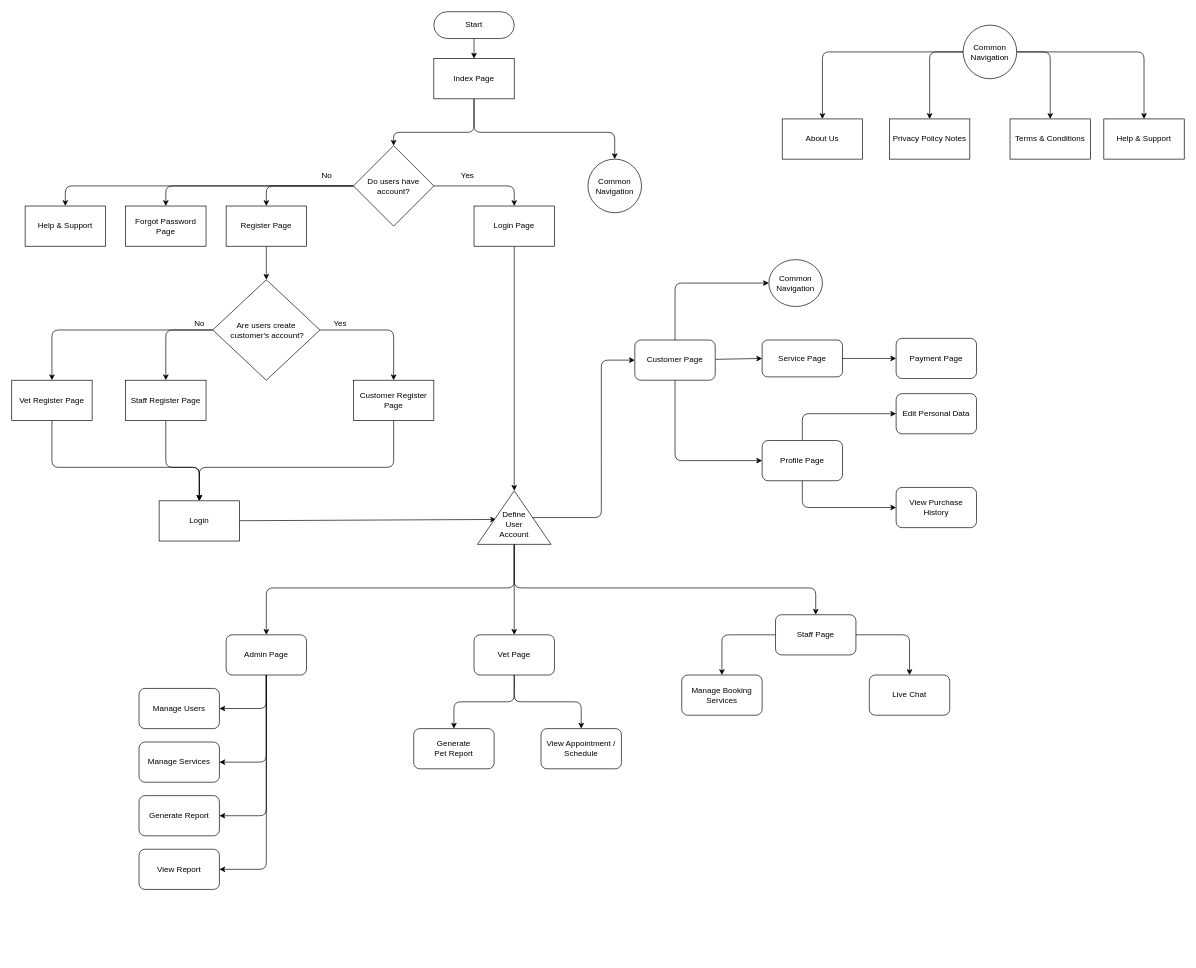
Above: page "Flowchart" (1 of 4) of SDPflowchart.drawio in Kentcwk26/SDP (draw.io), before the change. Source tidied: cells renumbered, new cells numbered last; positions are measured from the earlier drawing's top-left corner, leaving out a move shared by most shapes. Both pictures are drawn from the tidied source at 67%, with x=0, y=0 at pixel (11, 11).
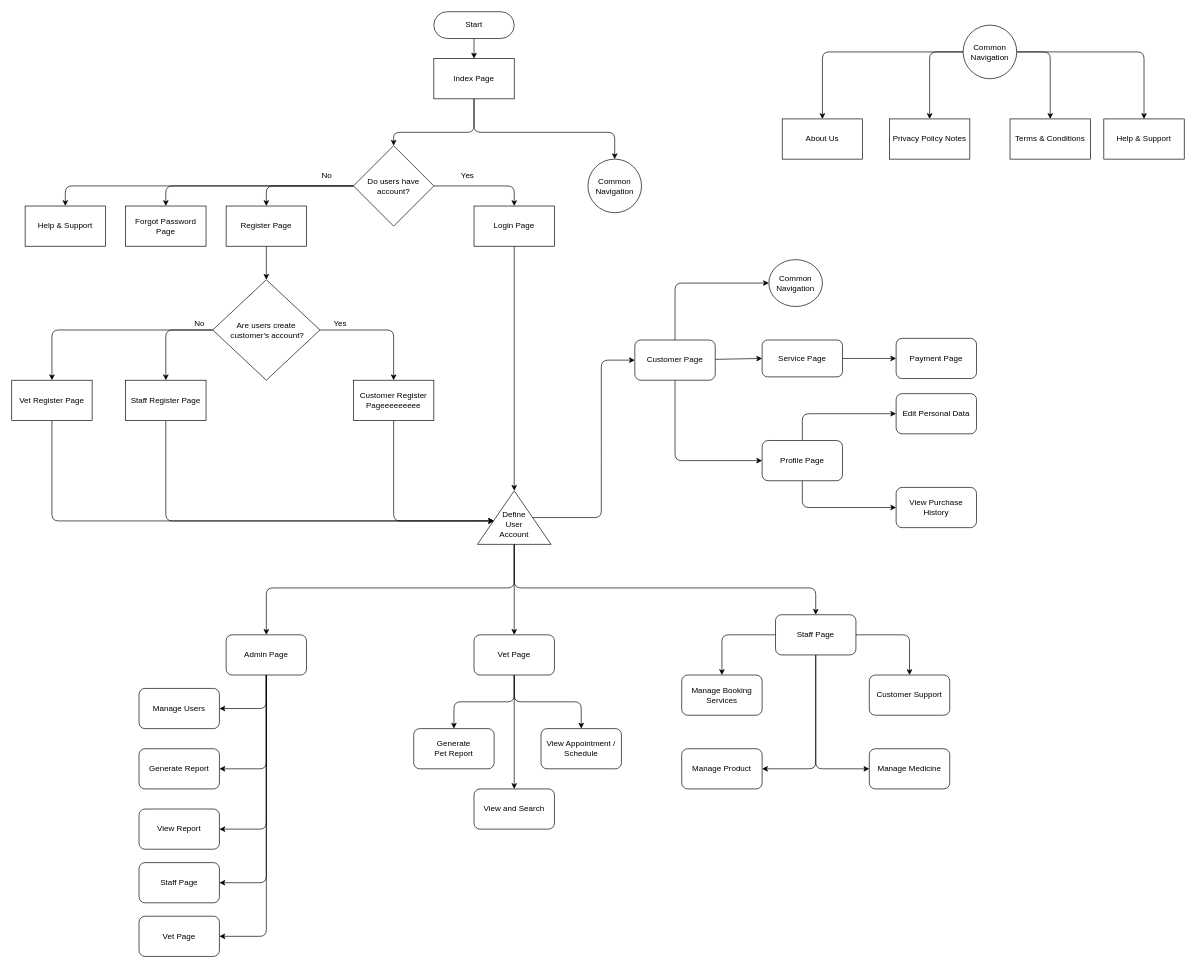
After the change.

The change refers to these unchanged cells:
```xml
<mxCell id="26" value="Vet Register Page" style="whiteSpace=wrap;html=1;rounded=1;arcSize=0;" parent="1" vertex="1">
  <mxGeometry y="550" width="120" height="60" as="geometry" />
</mxCell>
<mxCell id="30" value="Staff Register Page" style="whiteSpace=wrap;html=1;rounded=1;arcSize=0;" parent="1" vertex="1">
  <mxGeometry x="170" y="550" width="120" height="60" as="geometry" />
</mxCell>
<mxCell id="36" style="triangle;whiteSpace=wrap;html=1;rotation=-90;" parent="1" vertex="1">
  <mxGeometry x="710" y="700" width="80" height="110" as="geometry" />
</mxCell>
<mxCell id="47" value="Staff Page" style="rounded=1;whiteSpace=wrap;html=1;" parent="1" vertex="1">
  <mxGeometry x="1140" y="900" width="120" height="60" as="geometry" />
</mxCell>
<mxCell id="52" value="Admin Page" style="rounded=1;whiteSpace=wrap;html=1;" parent="1" vertex="1">
  <mxGeometry x="320" y="930" width="120" height="60" as="geometry" />
</mxCell>
<mxCell id="56" value="Vet Page" style="rounded=1;whiteSpace=wrap;html=1;" parent="1" vertex="1">
  <mxGeometry x="690" y="930" width="120" height="60" as="geometry" />
</mxCell>
```

What changed in the source:
```diff
@@
-    <mxCell id="25" style="edgeStyle=none;html=1;entryX=0.5;entryY=0;entryDx=0;entryDy=0;" parent="1" edge="1" source="26" target="34">
-      <mxGeometry relative="1" as="geometry">
-        <Array as="points">
-          <mxPoint x="60" y="680" />
-          <mxPoint x="280" y="680" />
-        </Array>
-      </mxGeometry>
-    </mxCell>
+    <mxCell id="82" style="edgeStyle=none;html=1;" parent="1" edge="1" source="26">
+      <mxGeometry relative="1" as="geometry">
+        <mxPoint x="720" y="760" as="targetPoint" />
+        <Array as="points">
+          <mxPoint x="60" y="760" />
+        </Array>
+      </mxGeometry>
+    </mxCell>
@@
-    <mxCell id="27" style="edgeStyle=none;html=1;entryX=0.5;entryY=0;entryDx=0;entryDy=0;" parent="1" edge="1" source="28" target="34">
-      <mxGeometry relative="1" as="geometry">
-        <Array as="points">
-          <mxPoint x="570" y="680" />
-          <mxPoint x="280" y="680" />
-        </Array>
-      </mxGeometry>
-    </mxCell>
+    <mxCell id="83" style="edgeStyle=none;html=1;entryX=0.438;entryY=0.227;entryDx=0;entryDy=0;entryPerimeter=0;" parent="1" edge="1" source="28" target="36">
+      <mxGeometry relative="1" as="geometry">
+        <Array as="points">
+          <mxPoint x="570" y="760" />
+        </Array>
+      </mxGeometry>
+    </mxCell>
-    <mxCell id="28" value="Customer Register Page" style="whiteSpace=wrap;html=1;rounded=1;arcSize=0;" parent="1" vertex="1">
+    <mxCell id="28" value="Customer Register Pageeeeeeeee" style="whiteSpace=wrap;html=1;rounded=1;arcSize=0;" parent="1" vertex="1">
       <mxGeometry x="510" y="550" width="120" height="60" as="geometry" />
     </mxCell>
-    <mxCell id="29" style="edgeStyle=none;html=1;" parent="1" edge="1" source="30" target="34">
-      <mxGeometry relative="1" as="geometry">
-        <Array as="points">
-          <mxPoint x="230" y="680" />
-          <mxPoint x="280" y="680" />
-        </Array>
-      </mxGeometry>
-    </mxCell>
+    <mxCell id="84" style="edgeStyle=none;html=1;" parent="1" edge="1" source="30">
+      <mxGeometry relative="1" as="geometry">
+        <mxPoint x="720" y="760" as="targetPoint" />
+        <Array as="points">
+          <mxPoint x="230" y="760" />
+        </Array>
+      </mxGeometry>
+    </mxCell>
@@
-    <mxCell id="33" style="edgeStyle=none;html=1;entryX=0.465;entryY=0.253;entryDx=0;entryDy=0;entryPerimeter=0;" parent="1" edge="1" source="34" target="36">
-      <mxGeometry relative="1" as="geometry" />
-    </mxCell>
-    <mxCell id="34" value="Login" style="rounded=0;whiteSpace=wrap;html=1;" parent="1" vertex="1">
-      <mxGeometry x="220" y="730" width="120" height="60" as="geometry" />
-    </mxCell>
@@
+    <mxCell id="85" style="edgeStyle=none;html=1;" parent="1" edge="1" source="47" target="93">
+      <mxGeometry relative="1" as="geometry">
+        <Array as="points">
+          <mxPoint x="1200" y="1130" />
+        </Array>
+      </mxGeometry>
+    </mxCell>
+    <mxCell id="86" style="edgeStyle=none;html=1;" parent="1" edge="1" source="47" target="94">
+      <mxGeometry relative="1" as="geometry">
+        <Array as="points">
+          <mxPoint x="1200" y="1130" />
+        </Array>
+      </mxGeometry>
+    </mxCell>
@@
-    <mxCell id="49" style="edgeStyle=none;html=1;" parent="1" edge="1" source="52" target="70">
-      <mxGeometry relative="1" as="geometry">
-        <Array as="points">
-          <mxPoint x="380" y="1050" />
-          <mxPoint x="380" y="1120" />
-        </Array>
-      </mxGeometry>
-    </mxCell>
     <mxCell id="50" style="edgeStyle=none;html=1;" parent="1" edge="1" source="52" target="71">
       <mxGeometry relative="1" as="geometry">
         <Array as="points">
-          <mxPoint x="380" y="1200" />
+          <mxPoint x="380" y="1130" />
         </Array>
       </mxGeometry>
     </mxCell>
     <mxCell id="51" style="edgeStyle=none;html=1;" parent="1" edge="1" source="52" target="72">
       <mxGeometry relative="1" as="geometry">
         <Array as="points">
-          <mxPoint x="380" y="1280" />
+          <mxPoint x="380" y="1220" />
         </Array>
       </mxGeometry>
     </mxCell>
+    <mxCell id="87" style="edgeStyle=none;html=1;" parent="1" edge="1" source="52" target="91">
+      <mxGeometry relative="1" as="geometry">
+        <Array as="points">
+          <mxPoint x="380" y="1140" />
+          <mxPoint x="380" y="1380" />
+        </Array>
+      </mxGeometry>
+    </mxCell>
+    <mxCell id="88" style="edgeStyle=none;html=1;entryX=1;entryY=0.5;entryDx=0;entryDy=0;" parent="1" edge="1" source="52" target="90">
+      <mxGeometry relative="1" as="geometry">
+        <Array as="points">
+          <mxPoint x="380" y="1300" />
+        </Array>
+      </mxGeometry>
+    </mxCell>
@@
+    <mxCell id="89" style="edgeStyle=none;html=1;" parent="1" edge="1" source="56" target="92">
+      <mxGeometry relative="1" as="geometry" />
+    </mxCell>
@@
-    <mxCell id="65" value="Live Chat" style="whiteSpace=wrap;html=1;rounded=1;" parent="1" vertex="1">
+    <mxCell id="65" value="Customer Support" style="whiteSpace=wrap;html=1;rounded=1;" parent="1" vertex="1">
       <mxGeometry x="1280" y="990" width="120" height="60" as="geometry" />
     </mxCell>
@@
-    <mxCell id="70" value="Manage Services" style="rounded=1;whiteSpace=wrap;html=1;" parent="1" vertex="1">
-      <mxGeometry x="190" y="1090" width="120" height="60" as="geometry" />
-    </mxCell>
     <mxCell id="71" value="Generate Report" style="rounded=1;whiteSpace=wrap;html=1;" parent="1" vertex="1">
-      <mxGeometry x="190" y="1170" width="120" height="60" as="geometry" />
+      <mxGeometry x="190" y="1100" width="120" height="60" as="geometry" />
     </mxCell>
     <mxCell id="72" value="View Report" style="rounded=1;whiteSpace=wrap;html=1;" parent="1" vertex="1">
-      <mxGeometry x="190" y="1250" width="120" height="60" as="geometry" />
+      <mxGeometry x="190" y="1190" width="120" height="60" as="geometry" />
     </mxCell>
@@
+    <mxCell id="90" value="Staff Page" style="rounded=1;whiteSpace=wrap;html=1;" parent="1" vertex="1">
+      <mxGeometry x="190" y="1270" width="120" height="60" as="geometry" />
+    </mxCell>
+    <mxCell id="91" value="Vet Page" style="rounded=1;whiteSpace=wrap;html=1;" parent="1" vertex="1">
+      <mxGeometry x="190" y="1350" width="120" height="60" as="geometry" />
+    </mxCell>
+    <mxCell id="92" value="View and Search" style="rounded=1;whiteSpace=wrap;html=1;" parent="1" vertex="1">
+      <mxGeometry x="690" y="1160" width="120" height="60" as="geometry" />
+    </mxCell>
+    <mxCell id="93" value="Manage Product" style="rounded=1;whiteSpace=wrap;html=1;" parent="1" vertex="1">
+      <mxGeometry x="1000" y="1100" width="120" height="60" as="geometry" />
+    </mxCell>
+    <mxCell id="94" value="Manage Medicine" style="rounded=1;whiteSpace=wrap;html=1;" parent="1" vertex="1">
+      <mxGeometry x="1280" y="1100" width="120" height="60" as="geometry" />
+    </mxCell>
```
